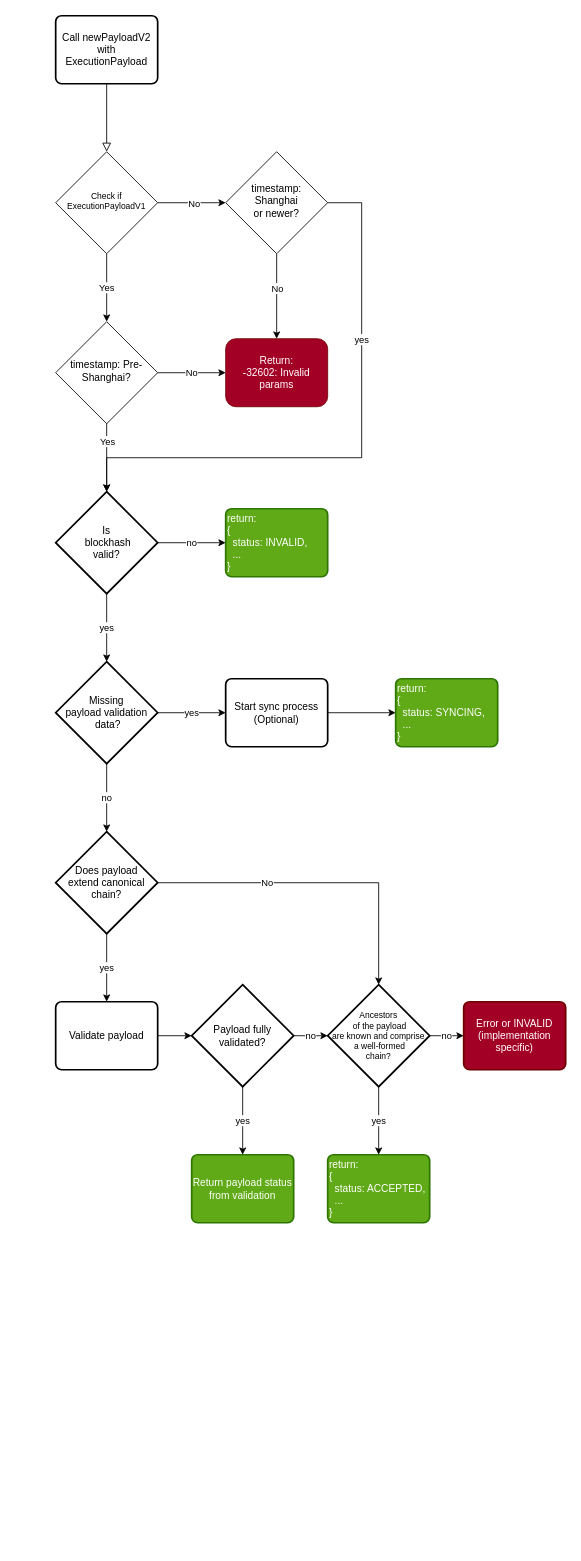
danielrachi1/diagrams keeps this draw.io diagram as backup/engine-api/newPayloadV2.drawio. Above is the earlier version. Source tidied: cells renumbered, new cells numbered last; positions are measured from the earlier drawing's top-left corner, leaving out a move shared by most shapes. Both pictures are drawn from the tidied source at 85%, with x=0, y=0 at pixel (55, 15).
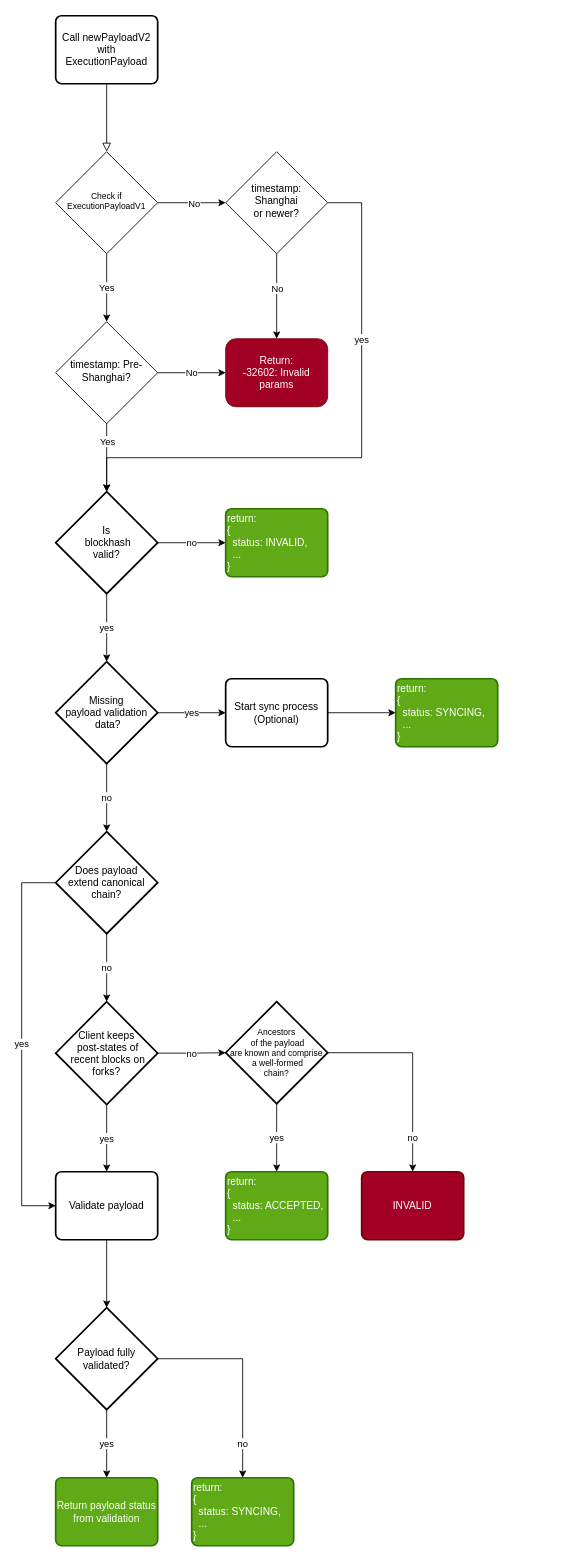
Above is the later version.

The change refers to these unchanged cells:
```xml
<mxCell id="29" value="Does payload &lt;br&gt;extend canonical chain?" style="strokeWidth=2;html=1;shape=mxgraph.flowchart.decision;whiteSpace=wrap;" parent="1" vertex="1">
  <mxGeometry y="960" width="120" height="120" as="geometry" />
</mxCell>
```

Diff of the diagram source:
```diff
@@
     <mxCell id="26" value="Validate payload" style="rounded=1;whiteSpace=wrap;html=1;absoluteArcSize=1;arcSize=14;strokeWidth=2;" parent="1" vertex="1">
-      <mxGeometry y="1160" width="120" height="80" as="geometry" />
+      <mxGeometry y="1360" width="120" height="80" as="geometry" />
     </mxCell>
-    <mxCell id="27" value="yes" style="edgeStyle=orthogonalEdgeStyle;rounded=0;jettySize=auto;html=1;" parent="1" edge="1" source="29" target="26">
+    <mxCell id="27" value="yes" style="edgeStyle=orthogonalEdgeStyle;rounded=0;jettySize=auto;html=1;" parent="1" edge="1" source="45" target="26">
       <mxGeometry relative="1" as="geometry" />
     </mxCell>
-    <mxCell id="28" value="No" style="edgeStyle=orthogonalEdgeStyle;rounded=0;jettySize=auto;html=1;entryX=0.5;entryY=0;entryDx=0;entryDy=0;entryPerimeter=0;" parent="1" edge="1" source="29" target="37">
-      <mxGeometry x="-0.32" relative="1" as="geometry" />
-    </mxCell>
+    <mxCell id="41" value="yes" style="edgeStyle=orthogonalEdgeStyle;rounded=0;jettySize=auto;html=1;entryX=0;entryY=0.5;entryDx=0;entryDy=0;" parent="1" edge="1" source="29" target="26">
+      <mxGeometry relative="1" as="geometry">
+        <Array as="points">
+          <mxPoint x="-40" y="1020" />
+          <mxPoint x="-40" y="1400" />
+        </Array>
+      </mxGeometry>
+    </mxCell>
@@
-    <mxCell id="32" value="no" style="edgeStyle=orthogonalEdgeStyle;rounded=0;jettySize=auto;html=1;entryX=0;entryY=0.5;entryDx=0;entryDy=0;entryPerimeter=0;" parent="1" edge="1" source="33" target="37">
-      <mxGeometry relative="1" as="geometry" />
-    </mxCell>
+    <mxCell id="42" value="no" style="edgeStyle=orthogonalEdgeStyle;rounded=0;jettySize=auto;html=1;entryX=0.5;entryY=0;entryDx=0;entryDy=0;" parent="1" edge="1" source="33" target="46">
+      <mxGeometry x="0.67" relative="1" as="geometry" />
+    </mxCell>
     <mxCell id="33" value="Payload fully validated?" style="strokeWidth=2;html=1;shape=mxgraph.flowchart.decision;whiteSpace=wrap;" parent="1" vertex="1">
-      <mxGeometry x="160" y="1140" width="120" height="120" as="geometry" />
+      <mxGeometry y="1520" width="120" height="120" as="geometry" />
     </mxCell>
     <mxCell id="34" value="Return payload status from validation" style="rounded=1;whiteSpace=wrap;html=1;absoluteArcSize=1;arcSize=14;strokeWidth=2;fillColor=#60a917;fontColor=#ffffff;strokeColor=#2D7600;" parent="1" vertex="1">
-      <mxGeometry x="160" y="1340" width="120" height="80" as="geometry" />
+      <mxGeometry y="1720" width="120" height="80" as="geometry" />
     </mxCell>
@@
     <mxCell id="36" value="no" style="edgeStyle=orthogonalEdgeStyle;rounded=0;jettySize=auto;html=1;" parent="1" edge="1" source="37" target="39">
-      <mxGeometry relative="1" as="geometry" />
+      <mxGeometry x="0.67" relative="1" as="geometry" />
     </mxCell>
     <mxCell id="37" value="Ancestors&lt;br style=&quot;font-size: 10px;&quot;&gt;&amp;nbsp;of the payload &lt;br style=&quot;font-size: 10px;&quot;&gt;are known and comprise&lt;br style=&quot;font-size: 10px;&quot;&gt;&amp;nbsp;a well-formed &lt;br style=&quot;font-size: 10px;&quot;&gt;chain?" style="strokeWidth=2;html=1;shape=mxgraph.flowchart.decision;whiteSpace=wrap;fontSize=10;" parent="1" vertex="1">
-      <mxGeometry x="320" y="1140" width="120" height="120" as="geometry" />
+      <mxGeometry x="200" y="1160" width="120" height="120" as="geometry" />
     </mxCell>
     <mxCell id="38" value="return: &lt;br&gt;{&lt;br&gt;&amp;nbsp; status: ACCEPTED,&amp;nbsp; &amp;nbsp; ...&lt;br&gt;}" style="rounded=1;whiteSpace=wrap;html=1;absoluteArcSize=1;arcSize=14;strokeWidth=2;align=left;fillColor=#60a917;fontColor=#ffffff;strokeColor=#2D7600;" parent="1" vertex="1">
-      <mxGeometry x="320" y="1340" width="120" height="80" as="geometry" />
+      <mxGeometry x="200" y="1360" width="120" height="80" as="geometry" />
     </mxCell>
-    <mxCell id="39" value="Error or INVALID&lt;br&gt;(implementation specific)" style="rounded=1;whiteSpace=wrap;html=1;absoluteArcSize=1;arcSize=14;strokeWidth=2;fillColor=#a20025;fontColor=#ffffff;strokeColor=#6F0000;" parent="1" vertex="1">
-      <mxGeometry x="480" y="1160" width="120" height="80" as="geometry" />
+    <mxCell id="39" value="INVALID" style="rounded=1;whiteSpace=wrap;html=1;absoluteArcSize=1;arcSize=14;strokeWidth=2;fillColor=#a20025;fontColor=#ffffff;strokeColor=#6F0000;" parent="1" vertex="1">
+      <mxGeometry x="360" y="1360" width="120" height="80" as="geometry" />
     </mxCell>
@@
+    <mxCell id="43" value="no" style="edgeStyle=orthogonalEdgeStyle;rounded=0;jettySize=auto;html=1;" parent="1" edge="1" source="29" target="45">
+      <mxGeometry relative="1" as="geometry" />
+    </mxCell>
+    <mxCell id="44" value="no" style="edgeStyle=orthogonalEdgeStyle;rounded=0;jettySize=auto;html=1;" parent="1" edge="1" source="45" target="37">
+      <mxGeometry relative="1" as="geometry" />
+    </mxCell>
+    <mxCell id="45" value="Client keeps&lt;br&gt;&amp;nbsp;post-states of&lt;br&gt;&amp;nbsp;recent blocks on forks?" style="strokeWidth=2;html=1;shape=mxgraph.flowchart.decision;whiteSpace=wrap;" parent="1" vertex="1">
+      <mxGeometry y="1160" width="120" height="121" as="geometry" />
+    </mxCell>
+    <mxCell id="46" value="return:&lt;br&gt;{&lt;br&gt;&amp;nbsp; status: SYNCING,&lt;br&gt;&amp;nbsp; ...&lt;br&gt;}" style="rounded=1;whiteSpace=wrap;html=1;absoluteArcSize=1;arcSize=14;strokeWidth=2;align=left;fillColor=#60a917;fontColor=#ffffff;strokeColor=#2D7600;" parent="1" vertex="1">
+      <mxGeometry x="160" y="1720" width="120" height="80" as="geometry" />
+    </mxCell>
```
